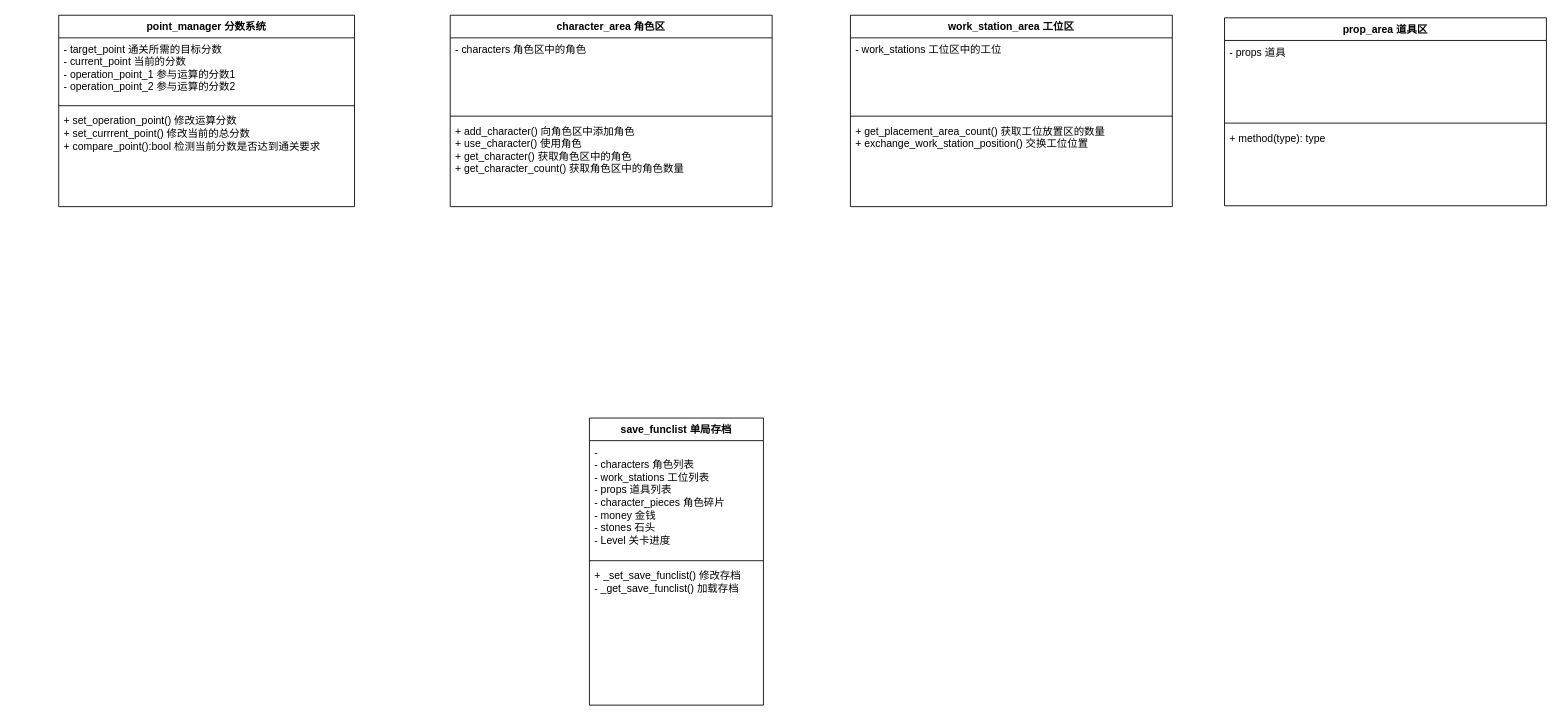
The draw.io diagram Game01_in_game.drawio in tsinghud114/UML_Pic, before the edit. Source tidied: cells renumbered, new cells numbered last; positions are measured from the earlier drawing's top-left corner, leaving out a move shared by most shapes. Both pictures are drawn from the tidied source at 87%, with x=0, y=0 at pixel (58, 15).
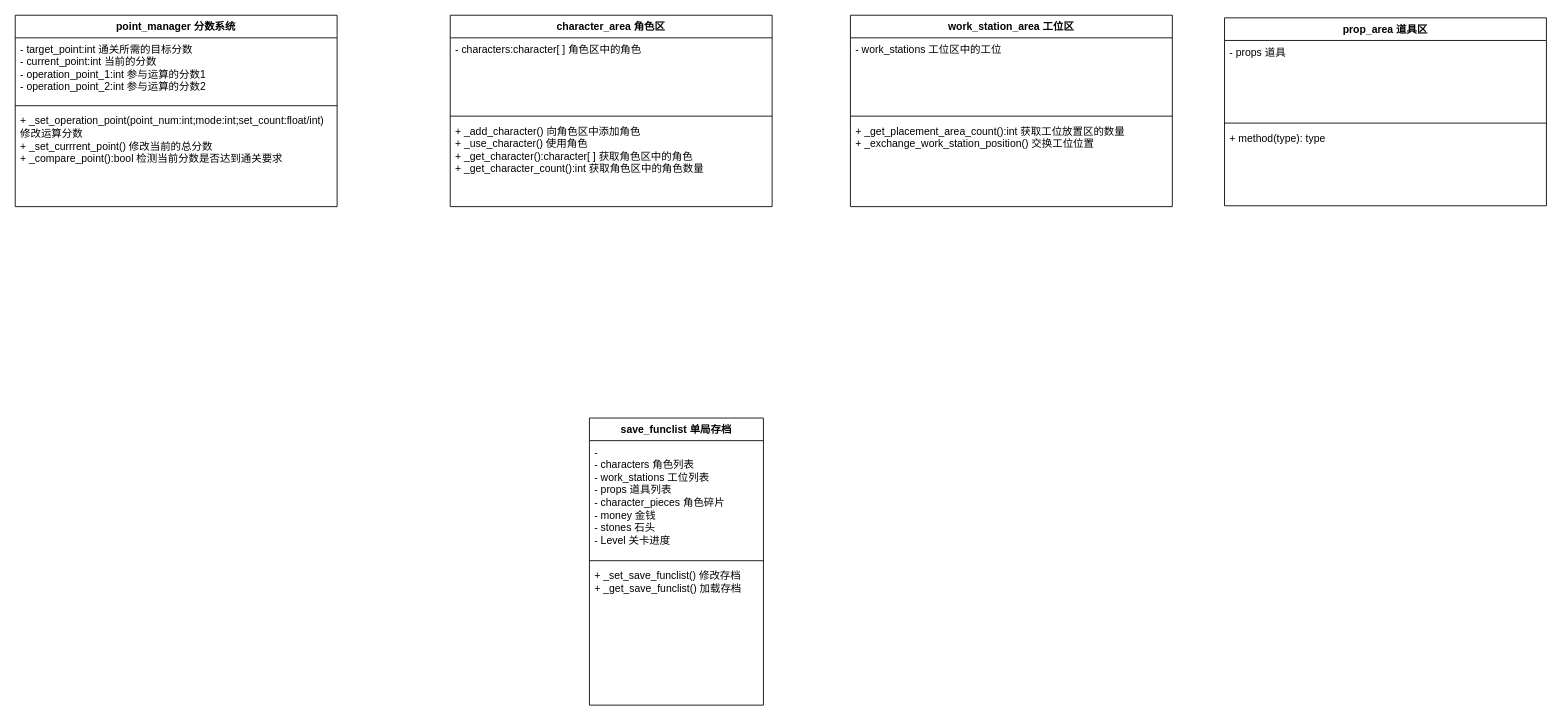
The same page after the edit.

The change refers to these unchanged cells:
```xml
<mxCell id="6" value="work_station_area 工位区" style="swimlane;fontStyle=1;align=center;verticalAlign=top;horizontal=1;startSize=26;whiteSpace=wrap;html=1;" parent="1" vertex="1">
  <mxGeometry x="910" width="370" height="220" as="geometry" />
</mxCell>
<mxCell id="10" value="save_funclist 单局存档" style="swimlane;fontStyle=1;align=center;verticalAlign=top;horizontal=1;startSize=26;whiteSpace=wrap;html=1;" parent="1" vertex="1">
  <mxGeometry x="610" y="463" width="200" height="330" as="geometry" />
</mxCell>
<mxCell id="14" value="character_area 角色区" style="swimlane;fontStyle=1;align=center;verticalAlign=top;horizontal=1;startSize=26;whiteSpace=wrap;html=1;" parent="1" vertex="1">
  <mxGeometry x="450" width="370" height="220" as="geometry" />
</mxCell>
```

Diff of the diagram source:
```diff
@@
     <mxCell id="2" value="point_manager 分数系统" style="swimlane;fontStyle=1;align=center;verticalAlign=top;horizontal=1;startSize=26;whiteSpace=wrap;html=1;" parent="1" vertex="1">
-      <mxGeometry width="340" height="220" as="geometry" />
+      <mxGeometry x="-50" width="370" height="220" as="geometry" />
     </mxCell>
-    <mxCell id="3" value="- target_point 通关所需的目标分数&lt;div&gt;-&amp;nbsp;current_point 当前的分数&lt;/div&gt;&lt;div&gt;-&amp;nbsp;operation_point_1 参与运算的分数1&lt;/div&gt;&lt;div&gt;-&amp;nbsp;&lt;span style=&quot;background-color: transparent; color: light-dark(rgb(0, 0, 0), rgb(255, 255, 255));&quot;&gt;operation_point_2 参与运算的分数2&lt;/span&gt;&lt;/div&gt;" style="text;strokeColor=none;fillColor=none;align=left;verticalAlign=top;spacingLeft=4;spacingRight=4;overflow=hidden;whiteSpace=wrap;html=1;" parent="2" vertex="1">
-      <mxGeometry y="26" width="340" height="74" as="geometry" />
+    <mxCell id="3" value="- target_point:int 通关所需的目标分数&lt;div&gt;-&amp;nbsp;current_point:int 当前的分数&lt;/div&gt;&lt;div&gt;-&amp;nbsp;operation_point_1:int 参与运算的分数1&lt;/div&gt;&lt;div&gt;-&amp;nbsp;&lt;span style=&quot;background-color: transparent; color: light-dark(rgb(0, 0, 0), rgb(255, 255, 255));&quot;&gt;operation_point_2:int 参与运算的分数2&lt;/span&gt;&lt;/div&gt;" style="text;strokeColor=none;fillColor=none;align=left;verticalAlign=top;spacingLeft=4;spacingRight=4;overflow=hidden;whiteSpace=wrap;html=1;" parent="2" vertex="1">
+      <mxGeometry y="26" width="370" height="74" as="geometry" />
     </mxCell>
     <mxCell id="4" style="line;strokeWidth=1;fillColor=none;align=left;verticalAlign=middle;spacingTop=-1;spacingLeft=3;spacingRight=3;labelPosition=right;strokeColor=inherit;" parent="2" vertex="1">
-      <mxGeometry y="100" width="340" height="8" as="geometry" />
+      <mxGeometry y="100" width="370" height="8" as="geometry" />
     </mxCell>
-    <mxCell id="5" value="+ set_operation_point() 修改运算分数&lt;div&gt;+ set_currrent_point() 修改当前的总分数&lt;/div&gt;&lt;div&gt;+ compare_point():bool 检测当前分数是否达到通关要求&lt;/div&gt;" style="text;strokeColor=none;fillColor=none;align=left;verticalAlign=top;spacingLeft=4;spacingRight=4;overflow=hidden;whiteSpace=wrap;html=1;" parent="2" vertex="1">
-      <mxGeometry y="108" width="340" height="112" as="geometry" />
+    <mxCell id="5" value="+ _set_operation_point(point_num:int;mode:int;set_count:float/int) 修改运算分数&lt;div&gt;+ _set_currrent_point() 修改当前的总分数&lt;/div&gt;&lt;div&gt;+ _compare_point():bool 检测当前分数是否达到通关要求&lt;/div&gt;" style="text;strokeColor=none;fillColor=none;align=left;verticalAlign=top;spacingLeft=4;spacingRight=4;overflow=hidden;whiteSpace=wrap;html=1;" parent="2" vertex="1">
+      <mxGeometry y="108" width="370" height="112" as="geometry" />
     </mxCell>
@@
-    <mxCell id="9" value="+ get_placement_area_count() 获取工位放置区的数量&lt;div&gt;+ exchange_work_station_position() 交换工位位置&lt;/div&gt;" style="text;strokeColor=none;fillColor=none;align=left;verticalAlign=top;spacingLeft=4;spacingRight=4;overflow=hidden;whiteSpace=wrap;html=1;" parent="6" vertex="1">
+    <mxCell id="9" value="+ _get_placement_area_count():int 获取工位放置区的数量&lt;div&gt;+ _exchange_work_station_position() 交换工位位置&lt;/div&gt;" style="text;strokeColor=none;fillColor=none;align=left;verticalAlign=top;spacingLeft=4;spacingRight=4;overflow=hidden;whiteSpace=wrap;html=1;" parent="6" vertex="1">
       <mxGeometry y="120" width="370" height="100" as="geometry" />
     </mxCell>
@@
-    <mxCell id="13" value="+ _set_save_funclist() 修改存档&lt;div&gt;- _get_save_funclist() 加载存档&lt;/div&gt;&lt;div&gt;&lt;br&gt;&lt;/div&gt;" style="text;strokeColor=none;fillColor=none;align=left;verticalAlign=top;spacingLeft=4;spacingRight=4;overflow=hidden;whiteSpace=wrap;html=1;" parent="10" vertex="1">
+    <mxCell id="13" value="+ _set_save_funclist() 修改存档&lt;div&gt;+ _get_save_funclist() 加载存档&lt;/div&gt;&lt;div&gt;&lt;br&gt;&lt;/div&gt;" style="text;strokeColor=none;fillColor=none;align=left;verticalAlign=top;spacingLeft=4;spacingRight=4;overflow=hidden;whiteSpace=wrap;html=1;" parent="10" vertex="1">
       <mxGeometry y="168" width="200" height="162" as="geometry" />
     </mxCell>
@@
-    <mxCell id="15" value="- characters 角色区中的角色" style="text;strokeColor=none;fillColor=none;align=left;verticalAlign=top;spacingLeft=4;spacingRight=4;overflow=hidden;whiteSpace=wrap;html=1;" parent="14" vertex="1">
+    <mxCell id="15" value="- characters:character[ ] 角色区中的角色" style="text;strokeColor=none;fillColor=none;align=left;verticalAlign=top;spacingLeft=4;spacingRight=4;overflow=hidden;whiteSpace=wrap;html=1;" parent="14" vertex="1">
       <mxGeometry y="26" width="370" height="86" as="geometry" />
     </mxCell>
@@
-    <mxCell id="17" value="+ add_character() 向角色区中添加角色&lt;div&gt;+ use_character() 使用角色&lt;/div&gt;&lt;div&gt;+ get_character() 获取角色区中的角色&lt;/div&gt;&lt;div&gt;+ get_character_count() 获取角色区中的角色数量&lt;/div&gt;" style="text;strokeColor=none;fillColor=none;align=left;verticalAlign=top;spacingLeft=4;spacingRight=4;overflow=hidden;whiteSpace=wrap;html=1;" parent="14" vertex="1">
+    <mxCell id="17" value="+ _add_character() 向角色区中添加角色&lt;div&gt;+ _use_character() 使用角色&lt;/div&gt;&lt;div&gt;+ _get_character():character[ ] 获取角色区中的角色&lt;/div&gt;&lt;div&gt;+ _get_character_count():int 获取角色区中的角色数量&lt;/div&gt;" style="text;strokeColor=none;fillColor=none;align=left;verticalAlign=top;spacingLeft=4;spacingRight=4;overflow=hidden;whiteSpace=wrap;html=1;" parent="14" vertex="1">
       <mxGeometry y="120" width="370" height="100" as="geometry" />
     </mxCell>
```
